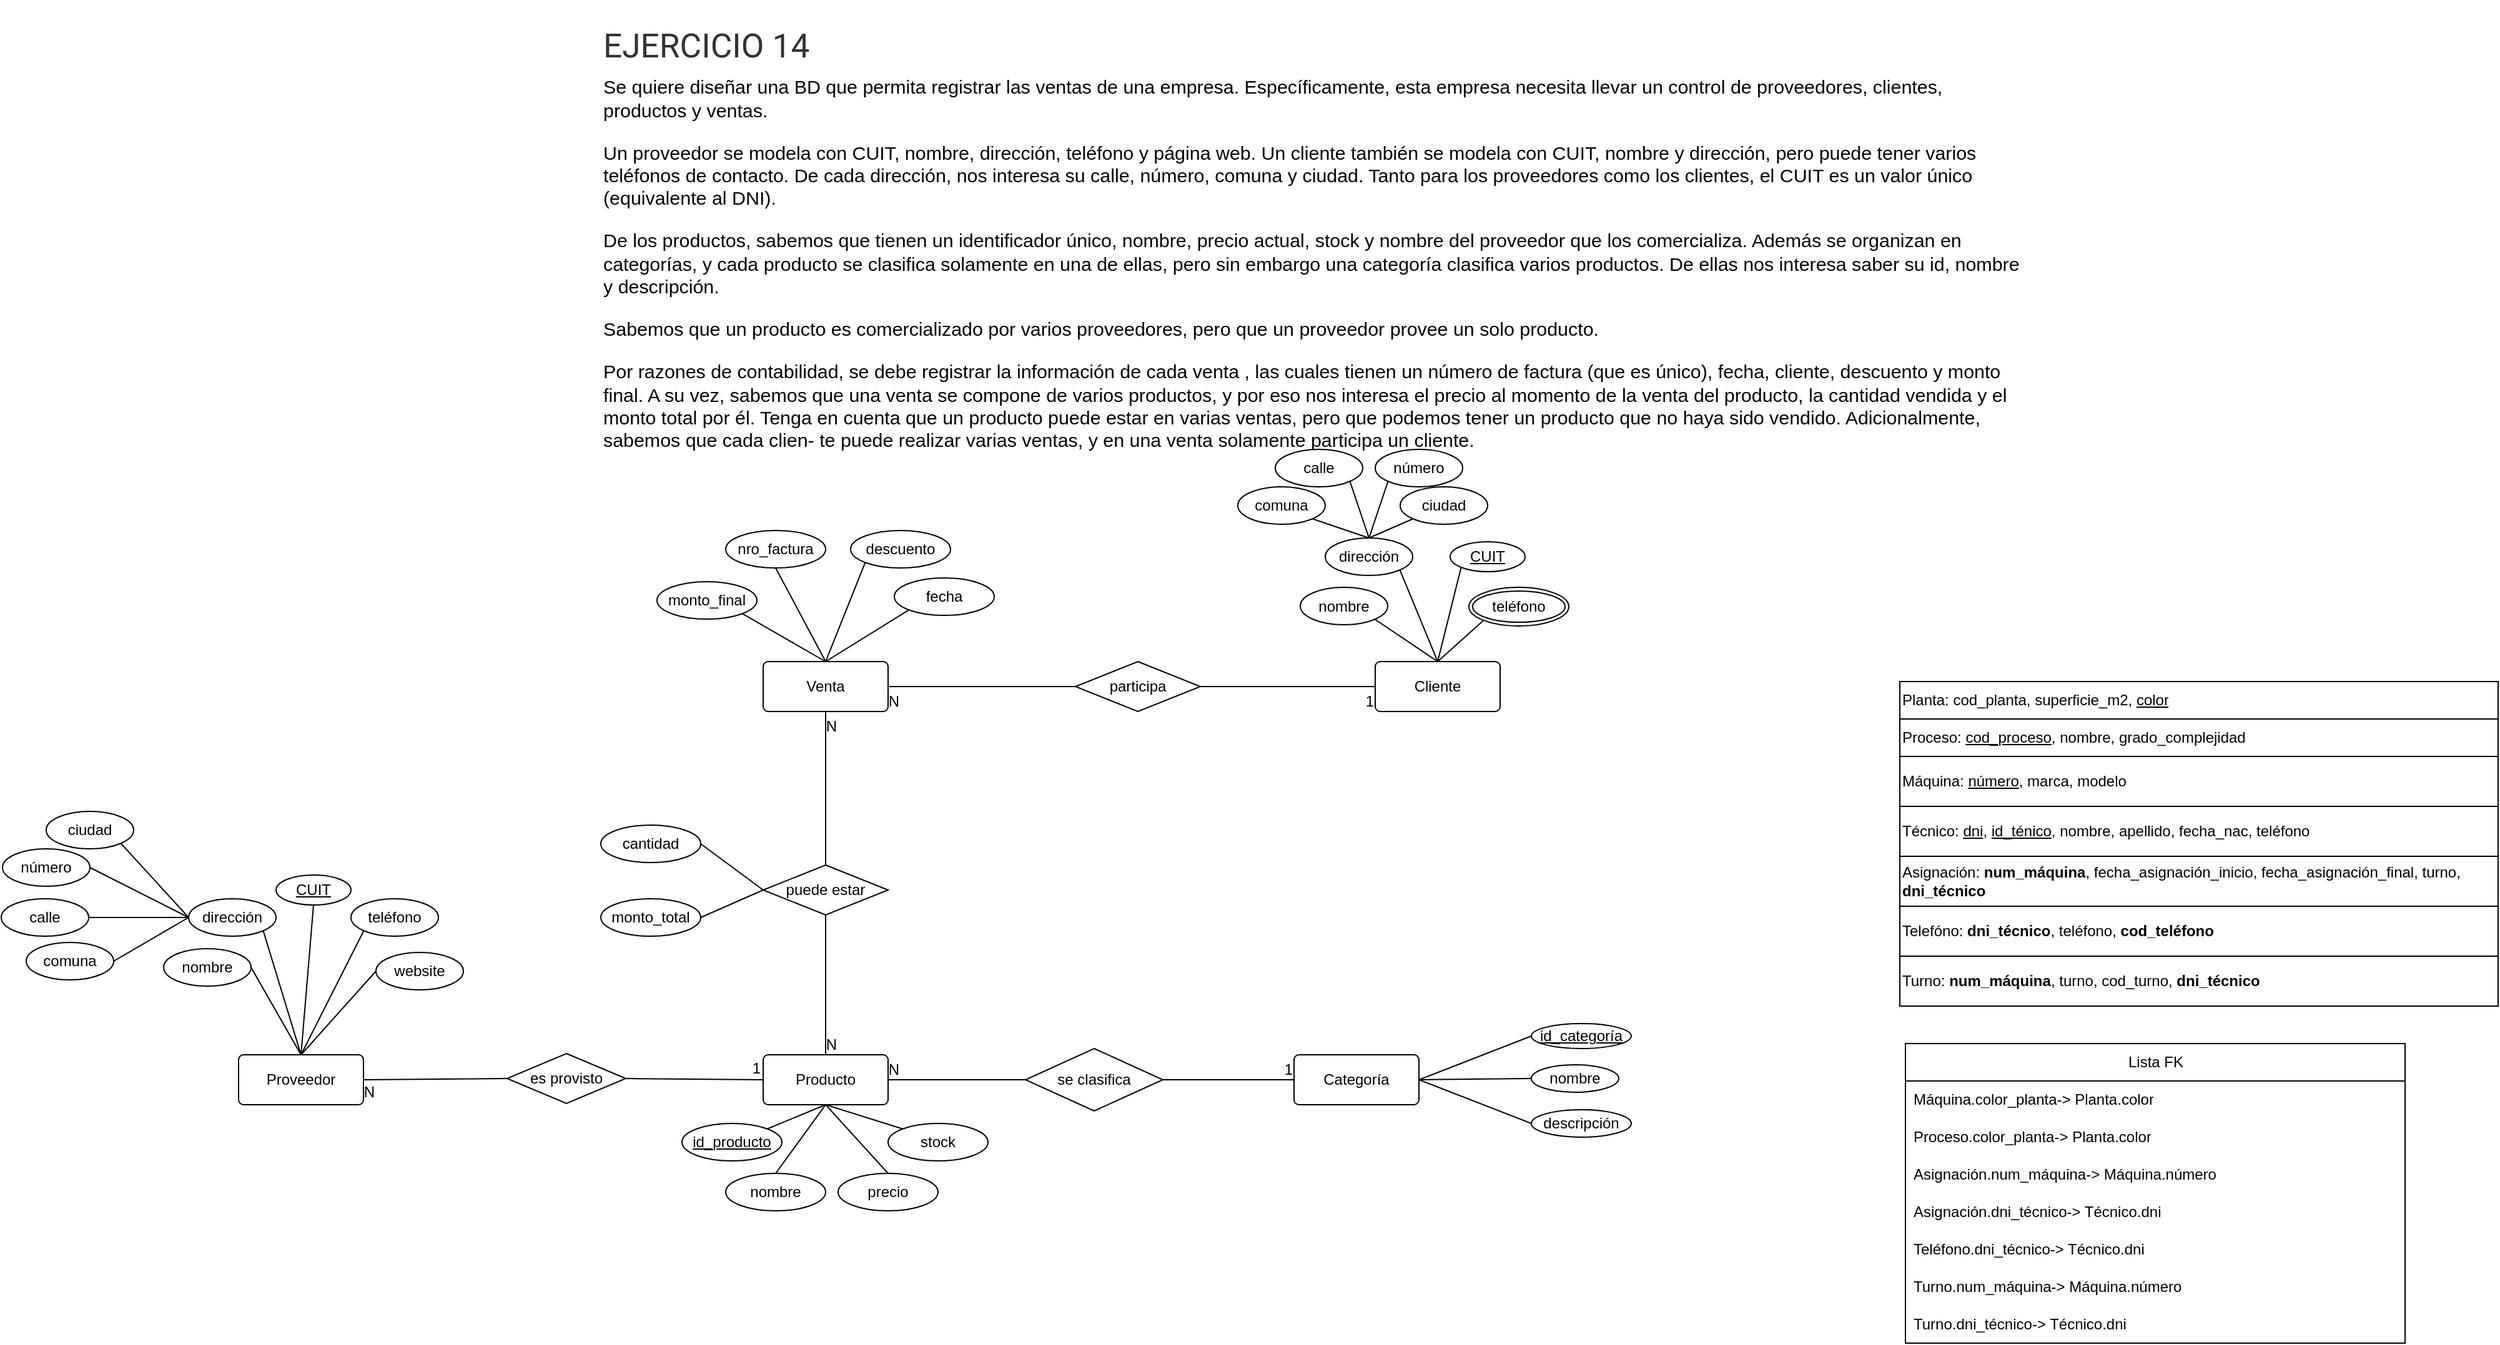
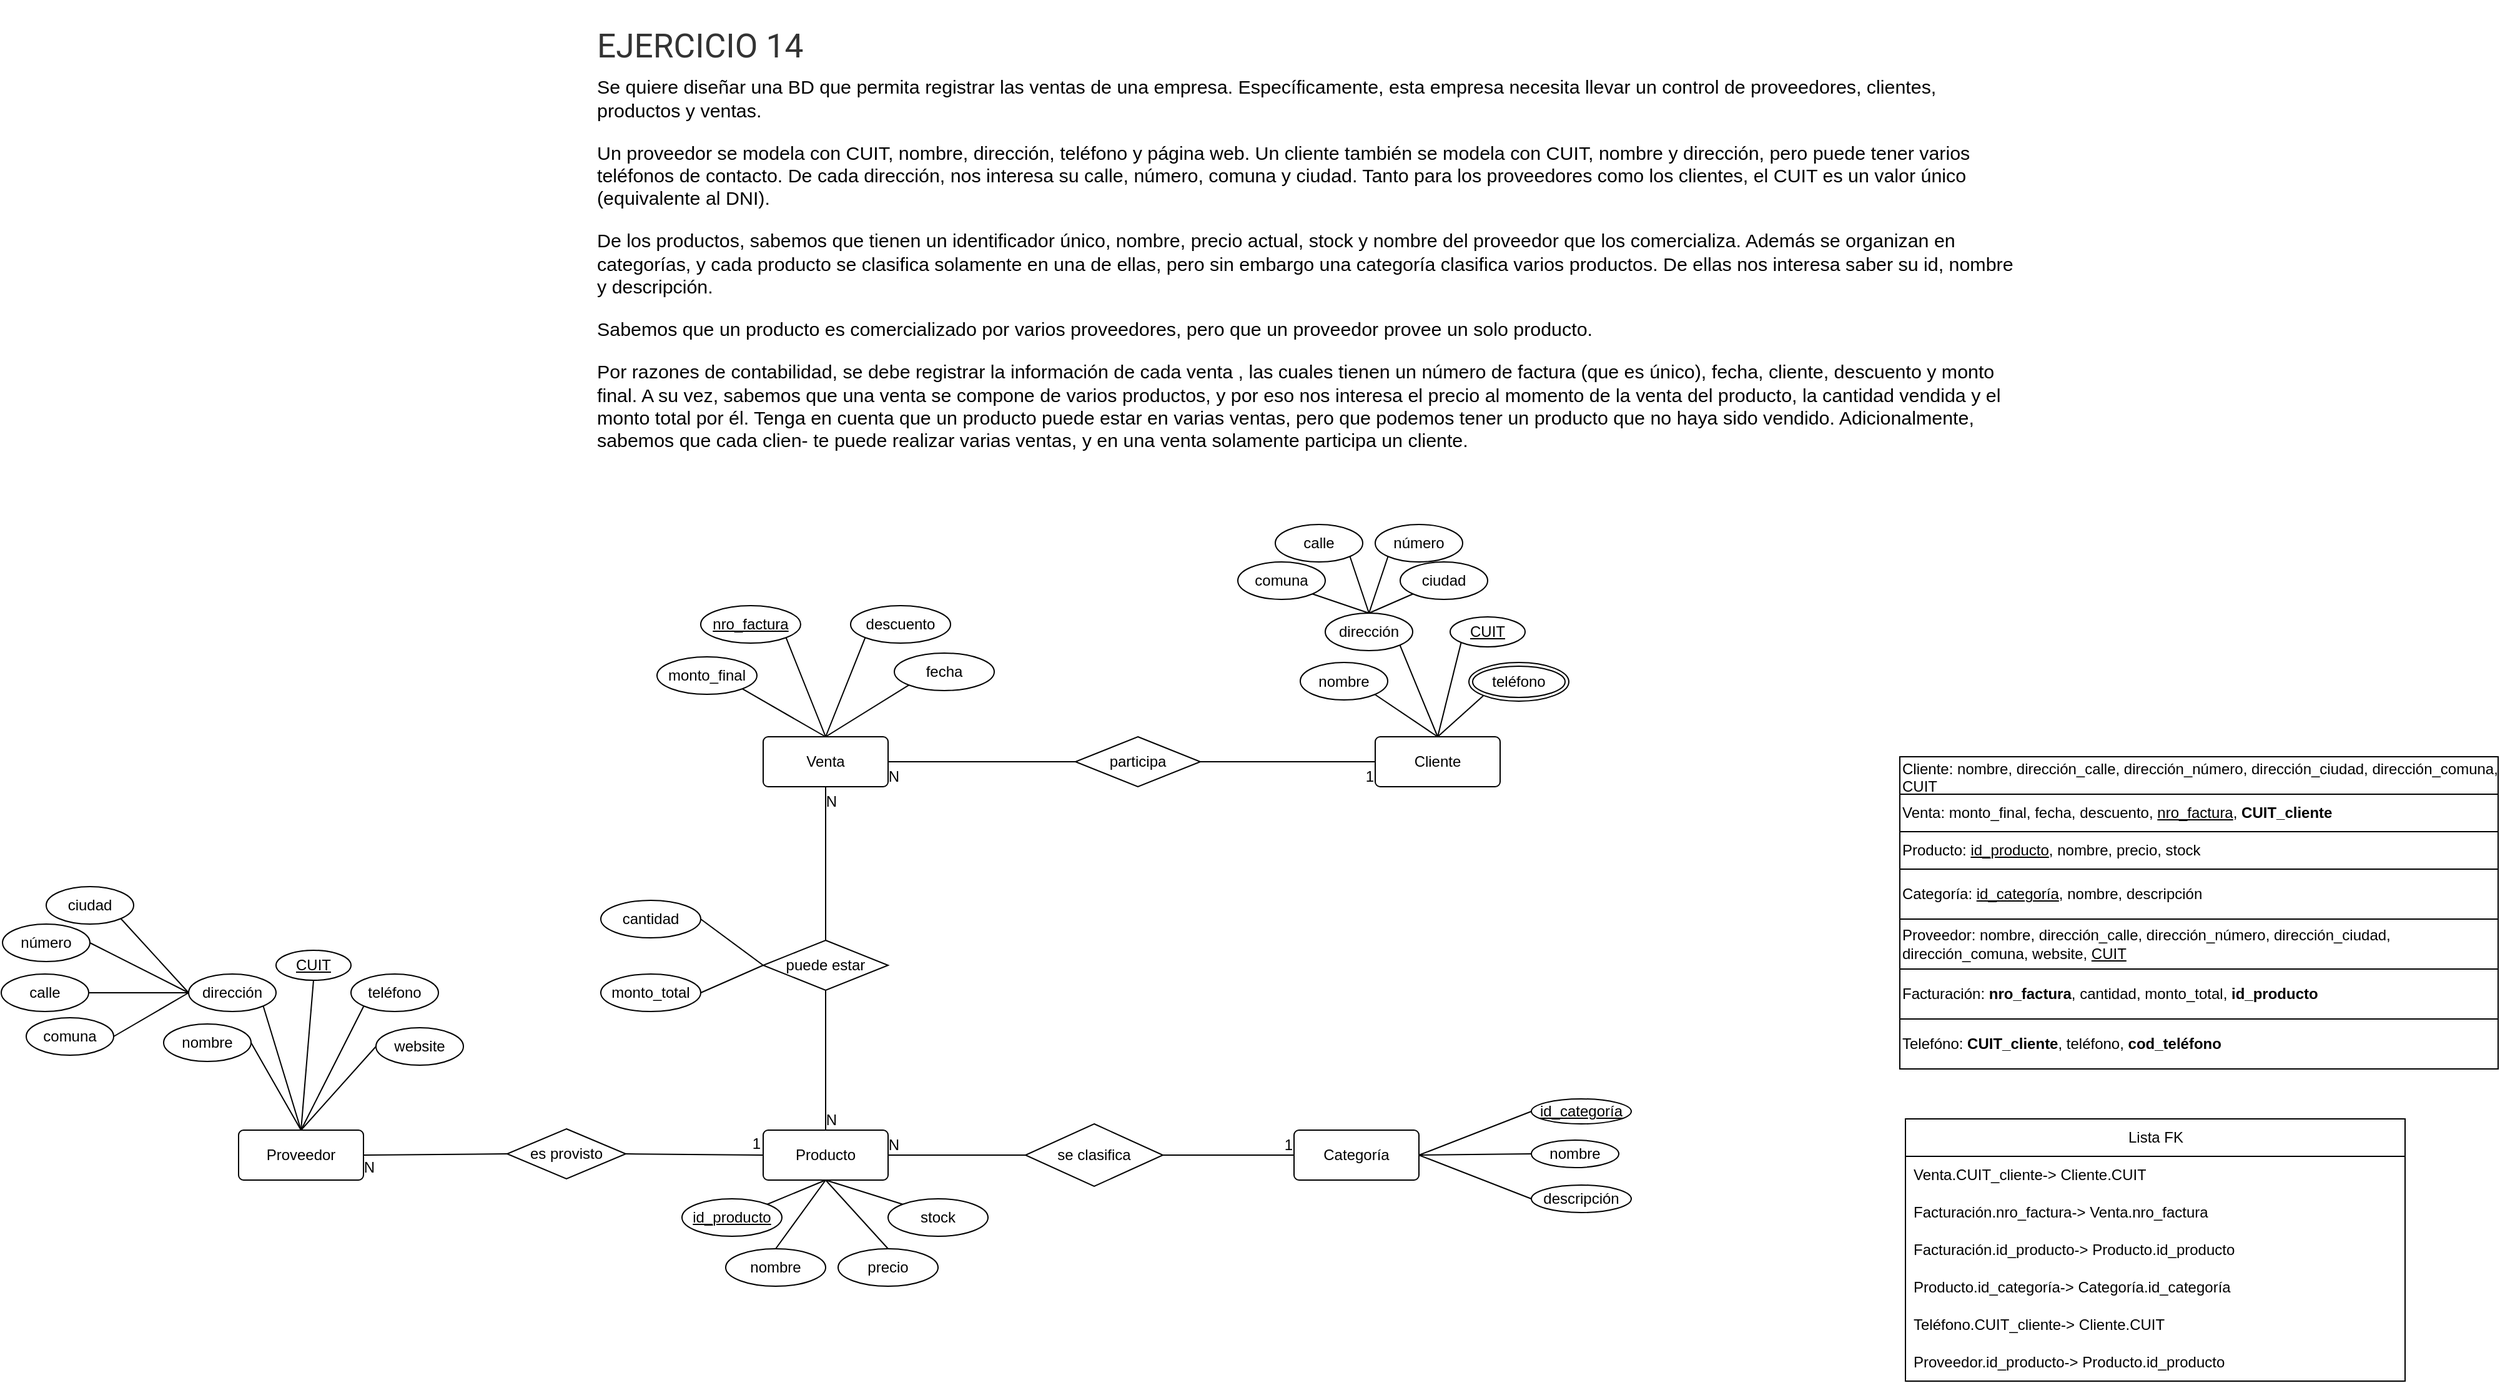
<mxfile host="app.diagrams.net">
  <diagram name="Página-1" id="dDNBranZba3NlD8anCg2">
-     <mxGraphModel dx="2621" dy="1729" grid="1" gridSize="10" guides="1" tooltips="1" connect="1" arrows="1" fold="1" page="1" pageScale="1" pageWidth="1169" pageHeight="827" math="0" shadow="0">
+     <mxGraphModel dx="2621" dy="1785" grid="1" gridSize="10" guides="1" tooltips="1" connect="1" arrows="1" fold="1" page="1" pageScale="1" pageWidth="1169" pageHeight="827" math="0" shadow="0">
      <root>
        <mxCell id="0" />
        <mxCell id="1" parent="0" />
        <mxCell id="__fQeJzKLpHXALts6HS9-1" parent="1" style="text;html=1;whiteSpace=wrap;overflow=hidden;rounded=0;" value="&#xa;&lt;h3 style=&quot;box-sizing: border-box; margin: 0px 0px 0.5rem; padding: 0px; font-weight: 400; line-height: 1.2; color: rgb(51, 51, 51); font-size: 1.6625rem; font-family: Roboto; font-style: normal; font-variant-ligatures: normal; font-variant-caps: normal; letter-spacing: normal; orphans: 2; text-align: start; text-indent: 0px; text-transform: none; widows: 2; word-spacing: 0px; -webkit-text-stroke-width: 0px; white-space: normal; background-color: rgb(255, 255, 255); text-decoration-thickness: initial; text-decoration-style: initial; text-decoration-color: initial;&quot;&gt;EJERCICIO 14&lt;/h3&gt;&lt;p style=&quot;box-sizing: border-box; margin: 0px 0px 1rem; padding: 0px; color: rgb(0, 0, 0); font-family: Barlow, Arial, sans-serif; font-size: 15.2px; font-style: normal; font-variant-ligatures: normal; font-variant-caps: normal; font-weight: 400; letter-spacing: normal; orphans: 2; text-align: start; text-indent: 0px; text-transform: none; widows: 2; word-spacing: 0px; -webkit-text-stroke-width: 0px; white-space: normal; background-color: rgb(255, 255, 255); text-decoration-thickness: initial; text-decoration-style: initial; text-decoration-color: initial;&quot;&gt;&lt;span lang=&quot;ES&quot; style=&quot;box-sizing: border-box; margin: 0px; padding: 0px;&quot;&gt;Se quiere diseñar una BD que permita registrar las ventas de una empresa. Específicamente, esta empresa necesita llevar un control de proveedores, clientes, productos y ventas.&lt;/span&gt;&lt;/p&gt;&lt;p style=&quot;box-sizing: border-box; margin: 0px 0px 1rem; padding: 0px; color: rgb(0, 0, 0); font-family: Barlow, Arial, sans-serif; font-size: 15.2px; font-style: normal; font-variant-ligatures: normal; font-variant-caps: normal; font-weight: 400; letter-spacing: normal; orphans: 2; text-align: start; text-indent: 0px; text-transform: none; widows: 2; word-spacing: 0px; -webkit-text-stroke-width: 0px; white-space: normal; background-color: rgb(255, 255, 255); text-decoration-thickness: initial; text-decoration-style: initial; text-decoration-color: initial;&quot;&gt;&lt;span lang=&quot;ES&quot; style=&quot;box-sizing: border-box; margin: 0px; padding: 0px;&quot;&gt;Un proveedor se modela con CUIT, nombre, dirección, teléfono y página web. Un cliente también se modela con CUIT, nombre y dirección, pero puede tener varios teléfonos de contacto. De cada dirección, nos interesa su calle, número, comuna y ciudad. Tanto para los proveedores como los clientes, el CUIT es un valor único (equivalente al DNI).&lt;/span&gt;&lt;/p&gt;&lt;p style=&quot;box-sizing: border-box; margin: 0px 0px 1rem; padding: 0px; color: rgb(0, 0, 0); font-family: Barlow, Arial, sans-serif; font-size: 15.2px; font-style: normal; font-variant-ligatures: normal; font-variant-caps: normal; font-weight: 400; letter-spacing: normal; orphans: 2; text-align: start; text-indent: 0px; text-transform: none; widows: 2; word-spacing: 0px; -webkit-text-stroke-width: 0px; white-space: normal; background-color: rgb(255, 255, 255); text-decoration-thickness: initial; text-decoration-style: initial; text-decoration-color: initial;&quot;&gt;&lt;span lang=&quot;ES&quot; style=&quot;box-sizing: border-box; margin: 0px; padding: 0px;&quot;&gt;De los productos, sabemos que tienen un identificador único, nombre, precio actual, stock y nombre del proveedor que los comercializa. Además se organizan en categorías, y cada producto se clasifica solamente en una de ellas, pero sin embargo una categoría clasifica varios productos. De ellas nos interesa saber su id, nombre y descripción.&lt;/span&gt;&lt;/p&gt;&lt;p style=&quot;box-sizing: border-box; margin: 0px 0px 1rem; padding: 0px; color: rgb(0, 0, 0); font-family: Barlow, Arial, sans-serif; font-size: 15.2px; font-style: normal; font-variant-ligatures: normal; font-variant-caps: normal; font-weight: 400; letter-spacing: normal; orphans: 2; text-align: start; text-indent: 0px; text-transform: none; widows: 2; word-spacing: 0px; -webkit-text-stroke-width: 0px; white-space: normal; background-color: rgb(255, 255, 255); text-decoration-thickness: initial; text-decoration-style: initial; text-decoration-color: initial;&quot;&gt;&lt;span lang=&quot;ES&quot; style=&quot;box-sizing: border-box; margin: 0px; padding: 0px;&quot;&gt;Sabemos que un producto es comercializado por varios proveedores, pero que un proveedor provee un solo producto.&lt;/span&gt;&lt;/p&gt;&lt;p style=&quot;box-sizing: border-box; margin: 0px 0px 1rem; padding: 0px; color: rgb(0, 0, 0); font-family: Barlow, Arial, sans-serif; font-size: 15.2px; font-style: normal; font-variant-ligatures: normal; font-variant-caps: normal; font-weight: 400; letter-spacing: normal; orphans: 2; text-align: start; text-indent: 0px; text-transform: none; widows: 2; word-spacing: 0px; -webkit-text-stroke-width: 0px; white-space: normal; background-color: rgb(255, 255, 255); text-decoration-thickness: initial; text-decoration-style: initial; text-decoration-color: initial;&quot;&gt;&lt;span lang=&quot;ES&quot; style=&quot;box-sizing: border-box; margin: 0px; padding: 0px;&quot;&gt;Por razones de contabilidad, se debe registrar la información de cada venta , las cuales tienen un número de factura (que es único), fecha, cliente, descuento y monto final. A su vez, sabemos que una venta se compone de varios productos, y por eso nos interesa el precio al momento de la venta del producto, la cantidad vendida y el monto total por él. Tenga en cuenta que un producto puede estar en varias ventas, pero que podemos tener un producto que no haya sido vendido. Adicionalmente, sabemos que cada clien- te puede realizar varias ventas, y en una venta solamente participa un cliente.&lt;/span&gt;&lt;/p&gt;&#xa;&#xa;" vertex="1">
-           <mxGeometry height="380" width="1140" x="-550" y="-560" as="geometry" />
+           <mxGeometry height="380" width="1140" x="-555" y="-620" as="geometry" />
        </mxCell>
        <mxCell id="__fQeJzKLpHXALts6HS9-2" parent="1" style="rounded=1;arcSize=10;whiteSpace=wrap;html=1;align=center;" value="Proveedor" vertex="1">
          <mxGeometry height="40" width="100" x="-840" y="285" as="geometry" />
        </mxCell>
        <mxCell id="__fQeJzKLpHXALts6HS9-4" parent="1" style="ellipse;whiteSpace=wrap;html=1;align=center;" value="nombre" vertex="1">
          <mxGeometry height="30" width="70" x="-900" y="200" as="geometry" />
        </mxCell>
        <mxCell id="__fQeJzKLpHXALts6HS9-7" parent="1" style="rounded=1;arcSize=10;whiteSpace=wrap;html=1;align=center;" value="Cliente" vertex="1">
          <mxGeometry height="40" width="100" x="70" y="-30" as="geometry" />
        </mxCell>
        <mxCell id="__fQeJzKLpHXALts6HS9-11" parent="1" style="rounded=1;arcSize=10;whiteSpace=wrap;html=1;align=center;" value="Producto" vertex="1">
          <mxGeometry height="40" width="100" x="-420" y="285" as="geometry" />
        </mxCell>
        <mxCell id="__fQeJzKLpHXALts6HS9-12" parent="1" style="ellipse;whiteSpace=wrap;html=1;align=center;" value="nombre" vertex="1">
          <mxGeometry height="30" width="80" x="-450" y="380" as="geometry" />
        </mxCell>
        <mxCell id="__fQeJzKLpHXALts6HS9-13" parent="1" style="ellipse;whiteSpace=wrap;html=1;align=center;" value="precio" vertex="1">
          <mxGeometry height="30" width="80" x="-360" y="380" as="geometry" />
        </mxCell>
        <mxCell id="__fQeJzKLpHXALts6HS9-15" parent="1" style="ellipse;whiteSpace=wrap;html=1;align=center;fontStyle=4;" value="id_producto" vertex="1">
          <mxGeometry height="30" width="80" x="-485" y="340" as="geometry" />
        </mxCell>
        <mxCell id="__fQeJzKLpHXALts6HS9-16" parent="1" style="rounded=1;arcSize=10;whiteSpace=wrap;html=1;align=center;" value="Categoría" vertex="1">
          <mxGeometry height="40" width="100" x="5" y="285" as="geometry" />
        </mxCell>
        <mxCell id="__fQeJzKLpHXALts6HS9-17" parent="1" style="shape=rhombus;perimeter=rhombusPerimeter;whiteSpace=wrap;html=1;align=center;" value="se clasifica" vertex="1">
          <mxGeometry height="50" width="110" x="-210" y="280" as="geometry" />
        </mxCell>
        <mxCell id="__fQeJzKLpHXALts6HS9-23" parent="1" style="ellipse;whiteSpace=wrap;html=1;align=center;" value="nombre" vertex="1">
          <mxGeometry height="22" width="70" x="195" y="293" as="geometry" />
        </mxCell>
        <mxCell id="__fQeJzKLpHXALts6HS9-27" parent="1" style="ellipse;whiteSpace=wrap;html=1;align=center;fontStyle=4;" value="id_categoría" vertex="1">
          <mxGeometry height="20" width="80" x="195" y="260" as="geometry" />
        </mxCell>
        <mxCell id="__fQeJzKLpHXALts6HS9-28" parent="1" style="shape=rhombus;perimeter=rhombusPerimeter;whiteSpace=wrap;html=1;align=center;" value="puede estar" vertex="1">
          <mxGeometry height="40" width="100" x="-420" y="133" as="geometry" />
        </mxCell>
        <mxCell id="__fQeJzKLpHXALts6HS9-29" parent="1" style="shape=rhombus;perimeter=rhombusPerimeter;whiteSpace=wrap;html=1;align=center;" value="es provisto" vertex="1">
          <mxGeometry height="40" width="95" x="-625" y="284" as="geometry" />
        </mxCell>
        <mxCell id="__fQeJzKLpHXALts6HS9-30" edge="1" parent="1" source="__fQeJzKLpHXALts6HS9-17" style="endArrow=none;html=1;rounded=0;exitX=1;exitY=0.5;exitDx=0;exitDy=0;entryX=0;entryY=0.5;entryDx=0;entryDy=0;" target="__fQeJzKLpHXALts6HS9-16" value="">
          <mxGeometry relative="1" as="geometry">
            <mxPoint x="20" y="40" as="sourcePoint" />
            <mxPoint x="180" y="40" as="targetPoint" />
          </mxGeometry>
        </mxCell>
        <mxCell id="__fQeJzKLpHXALts6HS9-31" connectable="0" parent="__fQeJzKLpHXALts6HS9-30" style="resizable=0;html=1;whiteSpace=wrap;align=right;verticalAlign=bottom;" value="1" vertex="1">
          <mxGeometry relative="1" x="1" as="geometry" />
        </mxCell>
        <mxCell id="__fQeJzKLpHXALts6HS9-34" edge="1" parent="1" source="__fQeJzKLpHXALts6HS9-17" style="endArrow=none;html=1;rounded=0;entryX=1;entryY=0.5;entryDx=0;entryDy=0;exitX=0;exitY=0.5;exitDx=0;exitDy=0;" target="__fQeJzKLpHXALts6HS9-11" value="">
          <mxGeometry relative="1" as="geometry">
            <mxPoint x="20" y="370" as="sourcePoint" />
            <mxPoint x="180" y="370" as="targetPoint" />
          </mxGeometry>
        </mxCell>
        <mxCell id="__fQeJzKLpHXALts6HS9-35" connectable="0" parent="__fQeJzKLpHXALts6HS9-34" style="resizable=0;html=1;whiteSpace=wrap;align=right;verticalAlign=bottom;" value="N" vertex="1">
          <mxGeometry relative="1" x="1" as="geometry">
            <mxPoint x="10" as="offset" />
          </mxGeometry>
        </mxCell>
        <mxCell id="__fQeJzKLpHXALts6HS9-36" edge="1" parent="1" source="__fQeJzKLpHXALts6HS9-11" style="endArrow=none;html=1;rounded=0;exitX=0.5;exitY=1;exitDx=0;exitDy=0;entryX=0.5;entryY=0;entryDx=0;entryDy=0;" target="__fQeJzKLpHXALts6HS9-13" value="">
          <mxGeometry relative="1" as="geometry">
            <mxPoint x="-250" y="530" as="sourcePoint" />
            <mxPoint x="-190" y="570" as="targetPoint" />
          </mxGeometry>
        </mxCell>
        <mxCell id="__fQeJzKLpHXALts6HS9-37" edge="1" parent="1" source="__fQeJzKLpHXALts6HS9-11" style="endArrow=none;html=1;rounded=0;exitX=0.5;exitY=1;exitDx=0;exitDy=0;entryX=1;entryY=0;entryDx=0;entryDy=0;" target="__fQeJzKLpHXALts6HS9-15" value="">
          <mxGeometry relative="1" as="geometry">
            <mxPoint x="-380" y="370" as="sourcePoint" />
            <mxPoint x="-320" y="410" as="targetPoint" />
          </mxGeometry>
        </mxCell>
        <mxCell id="__fQeJzKLpHXALts6HS9-38" edge="1" parent="1" source="__fQeJzKLpHXALts6HS9-11" style="endArrow=none;html=1;rounded=0;exitX=0.5;exitY=1;exitDx=0;exitDy=0;entryX=0.5;entryY=0;entryDx=0;entryDy=0;" target="__fQeJzKLpHXALts6HS9-12" value="">
          <mxGeometry relative="1" as="geometry">
            <mxPoint x="-350" y="380" as="sourcePoint" />
            <mxPoint x="-290" y="420" as="targetPoint" />
          </mxGeometry>
        </mxCell>
        <mxCell id="__fQeJzKLpHXALts6HS9-39" edge="1" parent="1" source="__fQeJzKLpHXALts6HS9-28" style="endArrow=none;html=1;rounded=0;exitX=0.5;exitY=1;exitDx=0;exitDy=0;entryX=0.5;entryY=0;entryDx=0;entryDy=0;" target="__fQeJzKLpHXALts6HS9-11" value="">
          <mxGeometry relative="1" as="geometry">
            <mxPoint x="-210" y="90" as="sourcePoint" />
            <mxPoint x="-590" y="240" as="targetPoint" />
          </mxGeometry>
        </mxCell>
        <mxCell id="__fQeJzKLpHXALts6HS9-40" connectable="0" parent="__fQeJzKLpHXALts6HS9-39" style="resizable=0;html=1;whiteSpace=wrap;align=right;verticalAlign=bottom;" value="N" vertex="1">
          <mxGeometry relative="1" x="1" as="geometry">
            <mxPoint x="10" as="offset" />
          </mxGeometry>
        </mxCell>
        <mxCell id="__fQeJzKLpHXALts6HS9-41" edge="1" parent="1" source="__fQeJzKLpHXALts6HS9-28" style="endArrow=none;html=1;rounded=0;exitX=0.5;exitY=0;exitDx=0;exitDy=0;entryX=0.5;entryY=1;entryDx=0;entryDy=0;" target="aBGAuLwUvEidJyp7IOy3-49" value="">
          <mxGeometry relative="1" as="geometry">
            <mxPoint x="-370" y="119.99999999999977" as="sourcePoint" />
            <mxPoint x="-370" y="35.00000000000023" as="targetPoint" />
          </mxGeometry>
        </mxCell>
        <mxCell id="__fQeJzKLpHXALts6HS9-42" connectable="0" parent="__fQeJzKLpHXALts6HS9-41" style="resizable=0;html=1;whiteSpace=wrap;align=right;verticalAlign=bottom;" value="N" vertex="1">
          <mxGeometry relative="1" x="1" as="geometry">
            <mxPoint x="10" y="20" as="offset" />
          </mxGeometry>
        </mxCell>
        <mxCell id="__fQeJzKLpHXALts6HS9-46" edge="1" parent="1" source="__fQeJzKLpHXALts6HS9-4" style="endArrow=none;html=1;rounded=0;exitX=1;exitY=0.5;exitDx=0;exitDy=0;entryX=0.5;entryY=0;entryDx=0;entryDy=0;" target="__fQeJzKLpHXALts6HS9-2" value="">
          <mxGeometry relative="1" as="geometry">
            <mxPoint x="-480" y="90" as="sourcePoint" />
            <mxPoint x="-420" y="130" as="targetPoint" />
          </mxGeometry>
        </mxCell>
        <mxCell id="__fQeJzKLpHXALts6HS9-47" edge="1" parent="1" source="aBGAuLwUvEidJyp7IOy3-1" style="endArrow=none;html=1;rounded=0;exitX=1;exitY=1;exitDx=0;exitDy=0;entryX=0.5;entryY=0;entryDx=0;entryDy=0;" target="__fQeJzKLpHXALts6HS9-2" value="">
          <mxGeometry relative="1" as="geometry">
            <mxPoint x="-370.0000000000002" y="10.000000000000227" as="sourcePoint" />
            <mxPoint x="-310" y="100" as="targetPoint" />
          </mxGeometry>
        </mxCell>
        <mxCell id="__fQeJzKLpHXALts6HS9-48" edge="1" parent="1" source="ueE01yVk29oMdbMIV5Yc-25" style="endArrow=none;html=1;rounded=0;entryX=0.5;entryY=0;entryDx=0;entryDy=0;exitX=0.5;exitY=1;exitDx=0;exitDy=0;" target="__fQeJzKLpHXALts6HS9-2" value="">
          <mxGeometry relative="1" as="geometry">
            <mxPoint x="-330" y="16" as="sourcePoint" />
            <mxPoint x="-300" y="120" as="targetPoint" />
          </mxGeometry>
        </mxCell>
        <mxCell id="__fQeJzKLpHXALts6HS9-55" edge="1" parent="1" source="__fQeJzKLpHXALts6HS9-16" style="endArrow=none;html=1;rounded=0;exitX=1;exitY=0.5;exitDx=0;exitDy=0;entryX=0;entryY=0.5;entryDx=0;entryDy=0;" target="__fQeJzKLpHXALts6HS9-23" value="">
          <mxGeometry relative="1" as="geometry">
            <mxPoint x="270" y="330" as="sourcePoint" />
            <mxPoint x="330" y="370" as="targetPoint" />
          </mxGeometry>
        </mxCell>
        <mxCell id="__fQeJzKLpHXALts6HS9-56" edge="1" parent="1" source="__fQeJzKLpHXALts6HS9-16" style="endArrow=none;html=1;rounded=0;exitX=1;exitY=0.5;exitDx=0;exitDy=0;entryX=0;entryY=0.5;entryDx=0;entryDy=0;" target="__fQeJzKLpHXALts6HS9-27" value="">
          <mxGeometry relative="1" as="geometry">
            <mxPoint x="280" y="340" as="sourcePoint" />
            <mxPoint x="340" y="380" as="targetPoint" />
          </mxGeometry>
        </mxCell>
        <mxCell id="__fQeJzKLpHXALts6HS9-57" edge="1" parent="1" source="__fQeJzKLpHXALts6HS9-16" style="endArrow=none;html=1;rounded=0;exitX=1;exitY=0.5;exitDx=0;exitDy=0;entryX=0;entryY=0.5;entryDx=0;entryDy=0;" target="aBGAuLwUvEidJyp7IOy3-38" value="">
          <mxGeometry relative="1" as="geometry">
            <mxPoint x="260" y="360" as="sourcePoint" />
            <mxPoint x="290" y="340" as="targetPoint" />
          </mxGeometry>
        </mxCell>
        <mxCell id="__fQeJzKLpHXALts6HS9-58" edge="1" parent="1" source="__fQeJzKLpHXALts6HS9-29" style="endArrow=none;html=1;rounded=0;exitX=1;exitY=0.5;exitDx=0;exitDy=0;entryX=0;entryY=0.5;entryDx=0;entryDy=0;" target="__fQeJzKLpHXALts6HS9-11" value="">
          <mxGeometry relative="1" as="geometry">
            <mxPoint x="20" y="120" as="sourcePoint" />
            <mxPoint x="180" y="120" as="targetPoint" />
          </mxGeometry>
        </mxCell>
        <mxCell id="__fQeJzKLpHXALts6HS9-59" connectable="0" parent="__fQeJzKLpHXALts6HS9-58" style="resizable=0;html=1;whiteSpace=wrap;align=right;verticalAlign=bottom;" value="1" vertex="1">
          <mxGeometry relative="1" x="1" as="geometry" />
        </mxCell>
        <mxCell id="__fQeJzKLpHXALts6HS9-60" edge="1" parent="1" source="__fQeJzKLpHXALts6HS9-29" style="endArrow=none;html=1;rounded=0;exitX=0;exitY=0.5;exitDx=0;exitDy=0;entryX=1;entryY=0.5;entryDx=0;entryDy=0;" target="__fQeJzKLpHXALts6HS9-2" value="">
          <mxGeometry relative="1" as="geometry">
            <mxPoint x="20" y="120" as="sourcePoint" />
            <mxPoint x="180" y="120" as="targetPoint" />
          </mxGeometry>
        </mxCell>
        <mxCell id="__fQeJzKLpHXALts6HS9-61" connectable="0" parent="__fQeJzKLpHXALts6HS9-60" style="resizable=0;html=1;whiteSpace=wrap;align=right;verticalAlign=bottom;" value="N" vertex="1">
          <mxGeometry relative="1" x="1" as="geometry">
            <mxPoint x="10" y="19" as="offset" />
          </mxGeometry>
        </mxCell>
        <mxCell id="ueE01yVk29oMdbMIV5Yc-1" parent="1" style="swimlane;fontStyle=0;childLayout=stackLayout;horizontal=1;startSize=30;horizontalStack=0;resizeParent=1;resizeParentMax=0;resizeLast=0;collapsible=1;marginBottom=0;whiteSpace=wrap;html=1;" value="Lista FK" vertex="1">
-           <mxGeometry height="240" width="400" x="494.5" y="276" as="geometry" />
-         </mxCell>
-         <mxCell id="ueE01yVk29oMdbMIV5Yc-2" parent="ueE01yVk29oMdbMIV5Yc-1" style="text;strokeColor=none;fillColor=none;align=left;verticalAlign=middle;spacingLeft=4;spacingRight=4;overflow=hidden;points=[[0,0.5],[1,0.5]];portConstraint=eastwest;rotatable=0;whiteSpace=wrap;html=1;" value="Máquina.color_planta-&amp;gt; Planta.color" vertex="1">
+           <mxGeometry height="210" width="400" x="494.5" y="276" as="geometry" />
+         </mxCell>
+         <mxCell id="ueE01yVk29oMdbMIV5Yc-2" parent="ueE01yVk29oMdbMIV5Yc-1" style="text;strokeColor=none;fillColor=none;align=left;verticalAlign=middle;spacingLeft=4;spacingRight=4;overflow=hidden;points=[[0,0.5],[1,0.5]];portConstraint=eastwest;rotatable=0;whiteSpace=wrap;html=1;" value="Venta.CUIT_cliente-&amp;gt; Cliente.CUIT" vertex="1">
          <mxGeometry height="30" width="400" y="30" as="geometry" />
        </mxCell>
-         <mxCell id="ueE01yVk29oMdbMIV5Yc-3" parent="ueE01yVk29oMdbMIV5Yc-1" style="text;strokeColor=none;fillColor=none;align=left;verticalAlign=middle;spacingLeft=4;spacingRight=4;overflow=hidden;points=[[0,0.5],[1,0.5]];portConstraint=eastwest;rotatable=0;whiteSpace=wrap;html=1;" value="Proceso.color_planta-&amp;gt; Planta.color" vertex="1">
+         <mxCell id="ueE01yVk29oMdbMIV5Yc-3" parent="ueE01yVk29oMdbMIV5Yc-1" style="text;strokeColor=none;fillColor=none;align=left;verticalAlign=middle;spacingLeft=4;spacingRight=4;overflow=hidden;points=[[0,0.5],[1,0.5]];portConstraint=eastwest;rotatable=0;whiteSpace=wrap;html=1;" value="Facturación.nro_factura-&amp;gt; Venta.nro_factura" vertex="1">
          <mxGeometry height="30" width="400" y="60" as="geometry" />
        </mxCell>
-         <mxCell id="ueE01yVk29oMdbMIV5Yc-4" parent="ueE01yVk29oMdbMIV5Yc-1" style="text;strokeColor=none;fillColor=none;align=left;verticalAlign=middle;spacingLeft=4;spacingRight=4;overflow=hidden;points=[[0,0.5],[1,0.5]];portConstraint=eastwest;rotatable=0;whiteSpace=wrap;html=1;" value="Asignación.num_máquina-&amp;gt; Máquina.número" vertex="1">
+         <mxCell id="ueE01yVk29oMdbMIV5Yc-4" parent="ueE01yVk29oMdbMIV5Yc-1" style="text;strokeColor=none;fillColor=none;align=left;verticalAlign=middle;spacingLeft=4;spacingRight=4;overflow=hidden;points=[[0,0.5],[1,0.5]];portConstraint=eastwest;rotatable=0;whiteSpace=wrap;html=1;" value="Facturación.id_producto-&amp;gt; Producto.id_producto" vertex="1">
          <mxGeometry height="30" width="400" y="90" as="geometry" />
        </mxCell>
-         <mxCell id="ueE01yVk29oMdbMIV5Yc-5" parent="ueE01yVk29oMdbMIV5Yc-1" style="text;strokeColor=none;fillColor=none;align=left;verticalAlign=middle;spacingLeft=4;spacingRight=4;overflow=hidden;points=[[0,0.5],[1,0.5]];portConstraint=eastwest;rotatable=0;whiteSpace=wrap;html=1;" value="Asignación.dni_técnico-&amp;gt; Técnico.dni" vertex="1">
+         <mxCell id="ueE01yVk29oMdbMIV5Yc-5" parent="ueE01yVk29oMdbMIV5Yc-1" style="text;strokeColor=none;fillColor=none;align=left;verticalAlign=middle;spacingLeft=4;spacingRight=4;overflow=hidden;points=[[0,0.5],[1,0.5]];portConstraint=eastwest;rotatable=0;whiteSpace=wrap;html=1;" value="Producto.id_categoría-&amp;gt; Categoría.id_categoría" vertex="1">
          <mxGeometry height="30" width="400" y="120" as="geometry" />
        </mxCell>
-         <mxCell id="ueE01yVk29oMdbMIV5Yc-6" parent="ueE01yVk29oMdbMIV5Yc-1" style="text;strokeColor=none;fillColor=none;align=left;verticalAlign=middle;spacingLeft=4;spacingRight=4;overflow=hidden;points=[[0,0.5],[1,0.5]];portConstraint=eastwest;rotatable=0;whiteSpace=wrap;html=1;" value="Teléfono.dni_técnico-&amp;gt; Técnico.dni" vertex="1">
+         <mxCell id="ueE01yVk29oMdbMIV5Yc-6" parent="ueE01yVk29oMdbMIV5Yc-1" style="text;strokeColor=none;fillColor=none;align=left;verticalAlign=middle;spacingLeft=4;spacingRight=4;overflow=hidden;points=[[0,0.5],[1,0.5]];portConstraint=eastwest;rotatable=0;whiteSpace=wrap;html=1;" value="Teléfono.CUIT_cliente-&amp;gt; Cliente.CUIT" vertex="1">
          <mxGeometry height="30" width="400" y="150" as="geometry" />
        </mxCell>
-         <mxCell id="ueE01yVk29oMdbMIV5Yc-31" parent="ueE01yVk29oMdbMIV5Yc-1" style="text;strokeColor=none;fillColor=none;align=left;verticalAlign=middle;spacingLeft=4;spacingRight=4;overflow=hidden;points=[[0,0.5],[1,0.5]];portConstraint=eastwest;rotatable=0;whiteSpace=wrap;html=1;" value="Turno.num_máquina-&amp;gt; Máquina.número" vertex="1">
+         <mxCell id="ueE01yVk29oMdbMIV5Yc-31" parent="ueE01yVk29oMdbMIV5Yc-1" style="text;strokeColor=none;fillColor=none;align=left;verticalAlign=middle;spacingLeft=4;spacingRight=4;overflow=hidden;points=[[0,0.5],[1,0.5]];portConstraint=eastwest;rotatable=0;whiteSpace=wrap;html=1;" value="Proveedor.id_producto-&amp;gt; Producto.id_producto" vertex="1">
          <mxGeometry height="30" width="400" y="180" as="geometry" />
        </mxCell>
-         <mxCell id="ueE01yVk29oMdbMIV5Yc-7" parent="ueE01yVk29oMdbMIV5Yc-1" style="text;strokeColor=none;fillColor=none;align=left;verticalAlign=middle;spacingLeft=4;spacingRight=4;overflow=hidden;points=[[0,0.5],[1,0.5]];portConstraint=eastwest;rotatable=0;whiteSpace=wrap;html=1;" value="Turno.dni_técnico-&amp;gt; Técnico.dni" vertex="1">
-           <mxGeometry height="30" width="400" y="210" as="geometry" />
-         </mxCell>
        <mxCell id="ueE01yVk29oMdbMIV5Yc-12" parent="1" style="shape=table;startSize=0;container=1;collapsible=0;childLayout=tableLayout;fixedHeader=1;" value="" vertex="1">
-           <mxGeometry height="259.9999999999998" width="479" x="490" y="-14" as="geometry" />
-         </mxCell>
-         <mxCell id="ueE01yVk29oMdbMIV5Yc-13" parent="ueE01yVk29oMdbMIV5Yc-12" style="shape=tableRow;horizontal=0;startSize=0;swimlaneHead=0;swimlaneBody=0;strokeColor=inherit;top=0;left=0;bottom=0;right=0;collapsible=0;dropTarget=0;fillColor=none;points=[[0,0.5],[1,0.5]];portConstraint=eastwest;fixedHeader=1;" value="" vertex="1">
+           <mxGeometry height="249.99999999999977" width="479" x="490" y="-14" as="geometry" />
+         </mxCell>
+         <mxCell id="3osZsQ2Fq6k2BvSbL6Ga-1" parent="ueE01yVk29oMdbMIV5Yc-12" style="shape=tableRow;horizontal=0;startSize=0;swimlaneHead=0;swimlaneBody=0;strokeColor=inherit;top=0;left=0;bottom=0;right=0;collapsible=0;dropTarget=0;fillColor=none;points=[[0,0.5],[1,0.5]];portConstraint=eastwest;fixedHeader=1;" value="" vertex="1">
          <mxGeometry height="30" width="479" as="geometry" />
        </mxCell>
-         <mxCell id="ueE01yVk29oMdbMIV5Yc-14" parent="ueE01yVk29oMdbMIV5Yc-13" style="shape=partialRectangle;html=1;whiteSpace=wrap;connectable=0;strokeColor=inherit;overflow=hidden;fillColor=none;top=0;left=0;bottom=0;right=0;pointerEvents=1;align=left;" value="&lt;div style=&quot;&quot;&gt;&lt;span style=&quot;background-color: transparent; color: light-dark(rgb(0, 0, 0), rgb(255, 255, 255));&quot;&gt;Planta: cod_planta,&amp;nbsp;&lt;/span&gt;&lt;span style=&quot;background-color: transparent; color: light-dark(rgb(0, 0, 0), rgb(255, 255, 255));&quot;&gt;superficie_m2&lt;/span&gt;&lt;span style=&quot;background-color: transparent; color: light-dark(rgb(0, 0, 0), rgb(255, 255, 255));&quot;&gt;, &lt;u&gt;color&lt;/u&gt;&lt;/span&gt;&lt;/div&gt;" vertex="1">
+         <mxCell id="3osZsQ2Fq6k2BvSbL6Ga-2" parent="3osZsQ2Fq6k2BvSbL6Ga-1" style="shape=partialRectangle;html=1;whiteSpace=wrap;connectable=0;strokeColor=inherit;overflow=hidden;fillColor=none;top=0;left=0;bottom=0;right=0;pointerEvents=1;align=left;" value="&lt;div style=&quot;&quot;&gt;&lt;span style=&quot;background-color: transparent; color: light-dark(rgb(0, 0, 0), rgb(255, 255, 255));&quot;&gt;Cliente: nombre,&amp;nbsp;&lt;/span&gt;&lt;span style=&quot;background-color: transparent; color: light-dark(rgb(0, 0, 0), rgb(255, 255, 255));&quot;&gt;dirección_calle, dirección_número, dirección_ciudad, dirección_comuna&lt;/span&gt;&lt;span style=&quot;background-color: transparent; color: light-dark(rgb(0, 0, 0), rgb(255, 255, 255));&quot;&gt;, &lt;u&gt;CUIT&lt;/u&gt;&lt;/span&gt;&lt;/div&gt;" vertex="1">
          <mxGeometry height="30" width="479" as="geometry">
            <mxRectangle height="30" width="479" as="alternateBounds" />
          </mxGeometry>
        </mxCell>
-         <mxCell id="ueE01yVk29oMdbMIV5Yc-15" parent="ueE01yVk29oMdbMIV5Yc-12" style="shape=tableRow;horizontal=0;startSize=0;swimlaneHead=0;swimlaneBody=0;strokeColor=inherit;top=0;left=0;bottom=0;right=0;collapsible=0;dropTarget=0;fillColor=none;points=[[0,0.5],[1,0.5]];portConstraint=eastwest;fixedHeader=1;" value="" vertex="1">
+         <mxCell id="ueE01yVk29oMdbMIV5Yc-13" parent="ueE01yVk29oMdbMIV5Yc-12" style="shape=tableRow;horizontal=0;startSize=0;swimlaneHead=0;swimlaneBody=0;strokeColor=inherit;top=0;left=0;bottom=0;right=0;collapsible=0;dropTarget=0;fillColor=none;points=[[0,0.5],[1,0.5]];portConstraint=eastwest;fixedHeader=1;" value="" vertex="1">
          <mxGeometry height="30" width="479" y="30" as="geometry" />
        </mxCell>
-         <mxCell id="ueE01yVk29oMdbMIV5Yc-16" parent="ueE01yVk29oMdbMIV5Yc-15" style="shape=partialRectangle;html=1;whiteSpace=wrap;connectable=0;strokeColor=inherit;overflow=hidden;fillColor=none;top=0;left=0;bottom=0;right=0;pointerEvents=1;align=left;" value="Proceso: &lt;u&gt;cod_proceso&lt;/u&gt;, nombre, grado_complejidad" vertex="1">
+         <mxCell id="ueE01yVk29oMdbMIV5Yc-14" parent="ueE01yVk29oMdbMIV5Yc-13" style="shape=partialRectangle;html=1;whiteSpace=wrap;connectable=0;strokeColor=inherit;overflow=hidden;fillColor=none;top=0;left=0;bottom=0;right=0;pointerEvents=1;align=left;" value="&lt;div style=&quot;&quot;&gt;&lt;span style=&quot;background-color: transparent; color: light-dark(rgb(0, 0, 0), rgb(255, 255, 255));&quot;&gt;Venta: monto_final,&amp;nbsp;&lt;/span&gt;&lt;span style=&quot;background-color: transparent; color: light-dark(rgb(0, 0, 0), rgb(255, 255, 255));&quot;&gt;fecha, descuento&lt;/span&gt;&lt;span style=&quot;background-color: transparent; color: light-dark(rgb(0, 0, 0), rgb(255, 255, 255));&quot;&gt;, &lt;u&gt;nro_factura&lt;/u&gt;, &lt;b&gt;CUIT_cliente&lt;/b&gt;&lt;/span&gt;&lt;/div&gt;" vertex="1">
          <mxGeometry height="30" width="479" as="geometry">
            <mxRectangle height="30" width="479" as="alternateBounds" />
          </mxGeometry>
        </mxCell>
+         <mxCell id="ueE01yVk29oMdbMIV5Yc-15" parent="ueE01yVk29oMdbMIV5Yc-12" style="shape=tableRow;horizontal=0;startSize=0;swimlaneHead=0;swimlaneBody=0;strokeColor=inherit;top=0;left=0;bottom=0;right=0;collapsible=0;dropTarget=0;fillColor=none;points=[[0,0.5],[1,0.5]];portConstraint=eastwest;fixedHeader=1;" value="" vertex="1">
+           <mxGeometry height="30" width="479" y="60" as="geometry" />
+         </mxCell>
+         <mxCell id="ueE01yVk29oMdbMIV5Yc-16" parent="ueE01yVk29oMdbMIV5Yc-15" style="shape=partialRectangle;html=1;whiteSpace=wrap;connectable=0;strokeColor=inherit;overflow=hidden;fillColor=none;top=0;left=0;bottom=0;right=0;pointerEvents=1;align=left;" value="Producto: &lt;u&gt;id_producto&lt;/u&gt;, nombre, precio, stock" vertex="1">
+           <mxGeometry height="30" width="479" as="geometry">
+             <mxRectangle height="30" width="479" as="alternateBounds" />
+           </mxGeometry>
+         </mxCell>
        <mxCell id="ueE01yVk29oMdbMIV5Yc-17" parent="ueE01yVk29oMdbMIV5Yc-12" style="shape=tableRow;horizontal=0;startSize=0;swimlaneHead=0;swimlaneBody=0;strokeColor=inherit;top=0;left=0;bottom=0;right=0;collapsible=0;dropTarget=0;fillColor=none;points=[[0,0.5],[1,0.5]];portConstraint=eastwest;fixedHeader=1;" value="" vertex="1">
-           <mxGeometry height="40" width="479" y="60" as="geometry" />
-         </mxCell>
-         <mxCell id="ueE01yVk29oMdbMIV5Yc-18" parent="ueE01yVk29oMdbMIV5Yc-17" style="shape=partialRectangle;html=1;whiteSpace=wrap;connectable=0;strokeColor=inherit;overflow=hidden;fillColor=none;top=0;left=0;bottom=0;right=0;pointerEvents=1;align=left;" value="Máquina: &lt;u&gt;número&lt;/u&gt;, marca, modelo" vertex="1">
+           <mxGeometry height="40" width="479" y="90" as="geometry" />
+         </mxCell>
+         <mxCell id="ueE01yVk29oMdbMIV5Yc-18" parent="ueE01yVk29oMdbMIV5Yc-17" style="shape=partialRectangle;html=1;whiteSpace=wrap;connectable=0;strokeColor=inherit;overflow=hidden;fillColor=none;top=0;left=0;bottom=0;right=0;pointerEvents=1;align=left;" value="Categoría: &lt;u&gt;id_categoría&lt;/u&gt;, nombre, descripción" vertex="1">
          <mxGeometry height="40" width="479" as="geometry">
            <mxRectangle height="40" width="479" as="alternateBounds" />
          </mxGeometry>
        </mxCell>
        <mxCell id="ueE01yVk29oMdbMIV5Yc-19" parent="ueE01yVk29oMdbMIV5Yc-12" style="shape=tableRow;horizontal=0;startSize=0;swimlaneHead=0;swimlaneBody=0;strokeColor=inherit;top=0;left=0;bottom=0;right=0;collapsible=0;dropTarget=0;fillColor=none;points=[[0,0.5],[1,0.5]];portConstraint=eastwest;fixedHeader=1;" value="" vertex="1">
-           <mxGeometry height="40" width="479" y="100" as="geometry" />
-         </mxCell>
-         <mxCell id="ueE01yVk29oMdbMIV5Yc-20" parent="ueE01yVk29oMdbMIV5Yc-19" style="shape=partialRectangle;html=1;whiteSpace=wrap;connectable=0;strokeColor=inherit;overflow=hidden;fillColor=none;top=0;left=0;bottom=0;right=0;pointerEvents=1;align=left;" value="Técnico: &lt;u&gt;dni&lt;/u&gt;, &lt;u&gt;id_ténico&lt;/u&gt;, nombre, apellido, fecha_nac, teléfono" vertex="1">
+           <mxGeometry height="40" width="479" y="130" as="geometry" />
+         </mxCell>
+         <mxCell id="ueE01yVk29oMdbMIV5Yc-20" parent="ueE01yVk29oMdbMIV5Yc-19" style="shape=partialRectangle;html=1;whiteSpace=wrap;connectable=0;strokeColor=inherit;overflow=hidden;fillColor=none;top=0;left=0;bottom=0;right=0;pointerEvents=1;align=left;" value="&lt;span style=&quot;color: light-dark(rgb(0, 0, 0), rgb(255, 255, 255)); background-color: transparent;&quot;&gt;Proveedor: nombre, &lt;/span&gt;&lt;span style=&quot;color: light-dark(rgb(0, 0, 0), rgb(255, 255, 255)); background-color: transparent;&quot;&gt;dirección_calle, dirección_número, dirección_ciudad, dirección_comuna&lt;/span&gt;&lt;span style=&quot;color: light-dark(rgb(0, 0, 0), rgb(255, 255, 255)); background-color: transparent;&quot;&gt;,&amp;nbsp;website,&amp;nbsp;&lt;u&gt;CUIT&lt;/u&gt;&lt;/span&gt;" vertex="1">
          <mxGeometry height="40" width="479" as="geometry">
            <mxRectangle height="40" width="479" as="alternateBounds" />
          </mxGeometry>
        </mxCell>
        <mxCell id="ueE01yVk29oMdbMIV5Yc-23" parent="ueE01yVk29oMdbMIV5Yc-12" style="shape=tableRow;horizontal=0;startSize=0;swimlaneHead=0;swimlaneBody=0;strokeColor=inherit;top=0;left=0;bottom=0;right=0;collapsible=0;dropTarget=0;fillColor=none;points=[[0,0.5],[1,0.5]];portConstraint=eastwest;fixedHeader=1;" vertex="1">
-           <mxGeometry height="40" width="479" y="140" as="geometry" />
-         </mxCell>
-         <mxCell id="ueE01yVk29oMdbMIV5Yc-24" parent="ueE01yVk29oMdbMIV5Yc-23" style="shape=partialRectangle;html=1;whiteSpace=wrap;connectable=0;strokeColor=inherit;overflow=hidden;fillColor=none;top=0;left=0;bottom=0;right=0;pointerEvents=1;align=left;" value="Asignación: &lt;b&gt;num_máquina&lt;/b&gt;, fecha_asignación_inicio, fecha_asignación_final, turno, &lt;b&gt;dni_técnico&amp;nbsp;&lt;/b&gt;" vertex="1">
+           <mxGeometry height="40" width="479" y="170" as="geometry" />
+         </mxCell>
+         <mxCell id="ueE01yVk29oMdbMIV5Yc-24" parent="ueE01yVk29oMdbMIV5Yc-23" style="shape=partialRectangle;html=1;whiteSpace=wrap;connectable=0;strokeColor=inherit;overflow=hidden;fillColor=none;top=0;left=0;bottom=0;right=0;pointerEvents=1;align=left;" value="Facturación: &lt;b&gt;nro_factura&lt;/b&gt;, cantidad, monto_total, &lt;b&gt;id_producto&lt;/b&gt;" vertex="1">
          <mxGeometry height="40" width="479" as="geometry">
            <mxRectangle height="40" width="479" as="alternateBounds" />
          </mxGeometry>
        </mxCell>
        <mxCell id="ueE01yVk29oMdbMIV5Yc-26" parent="ueE01yVk29oMdbMIV5Yc-12" style="shape=tableRow;horizontal=0;startSize=0;swimlaneHead=0;swimlaneBody=0;strokeColor=inherit;top=0;left=0;bottom=0;right=0;collapsible=0;dropTarget=0;fillColor=none;points=[[0,0.5],[1,0.5]];portConstraint=eastwest;fixedHeader=1;" vertex="1">
-           <mxGeometry height="40" width="479" y="180" as="geometry" />
-         </mxCell>
-         <mxCell id="ueE01yVk29oMdbMIV5Yc-27" parent="ueE01yVk29oMdbMIV5Yc-26" style="shape=partialRectangle;html=1;whiteSpace=wrap;connectable=0;strokeColor=inherit;overflow=hidden;fillColor=none;top=0;left=0;bottom=0;right=0;pointerEvents=1;align=left;" value="Telefóno: &lt;b style=&quot;&quot;&gt;dni_técnico&lt;/b&gt;, teléfono, &lt;b&gt;cod_teléfono&lt;/b&gt;" vertex="1">
+           <mxGeometry height="40" width="479" y="210" as="geometry" />
+         </mxCell>
+         <mxCell id="ueE01yVk29oMdbMIV5Yc-27" parent="ueE01yVk29oMdbMIV5Yc-26" style="shape=partialRectangle;html=1;whiteSpace=wrap;connectable=0;strokeColor=inherit;overflow=hidden;fillColor=none;top=0;left=0;bottom=0;right=0;pointerEvents=1;align=left;" value="Telefóno: &lt;b style=&quot;&quot;&gt;CUIT_cliente&lt;/b&gt;, teléfono, &lt;b&gt;cod_teléfono&lt;/b&gt;" vertex="1">
          <mxGeometry height="40" width="479" as="geometry">
            <mxRectangle height="40" width="479" as="alternateBounds" />
          </mxGeometry>
        </mxCell>
-         <mxCell id="ueE01yVk29oMdbMIV5Yc-29" parent="ueE01yVk29oMdbMIV5Yc-12" style="shape=tableRow;horizontal=0;startSize=0;swimlaneHead=0;swimlaneBody=0;strokeColor=inherit;top=0;left=0;bottom=0;right=0;collapsible=0;dropTarget=0;fillColor=none;points=[[0,0.5],[1,0.5]];portConstraint=eastwest;fixedHeader=1;" vertex="1">
-           <mxGeometry height="40" width="479" y="220" as="geometry" />
-         </mxCell>
-         <mxCell id="ueE01yVk29oMdbMIV5Yc-30" parent="ueE01yVk29oMdbMIV5Yc-29" style="shape=partialRectangle;html=1;whiteSpace=wrap;connectable=0;strokeColor=inherit;overflow=hidden;fillColor=none;top=0;left=0;bottom=0;right=0;pointerEvents=1;align=left;" value="Turno: &lt;b&gt;num_máquina&lt;/b&gt;, turno, cod_turno, &lt;b&gt;dni_técnico&lt;/b&gt;" vertex="1">
-           <mxGeometry height="40" width="479" as="geometry">
-             <mxRectangle height="40" width="479" as="alternateBounds" />
-           </mxGeometry>
-         </mxCell>
        <mxCell id="ueE01yVk29oMdbMIV5Yc-25" parent="1" style="ellipse;whiteSpace=wrap;html=1;align=center;fontStyle=4;" value="CUIT" vertex="1">
          <mxGeometry height="24" width="60" x="-810" y="141" as="geometry" />
        </mxCell>
        <mxCell id="aBGAuLwUvEidJyp7IOy3-1" parent="1" style="ellipse;whiteSpace=wrap;html=1;align=center;" value="dirección" vertex="1">
          <mxGeometry height="30" width="70" x="-880" y="160" as="geometry" />
        </mxCell>
        <mxCell id="aBGAuLwUvEidJyp7IOy3-2" parent="1" style="ellipse;whiteSpace=wrap;html=1;align=center;" value="comuna" vertex="1">
          <mxGeometry height="30" width="70" x="-1010" y="195" as="geometry" />
        </mxCell>
        <mxCell id="aBGAuLwUvEidJyp7IOy3-3" parent="1" style="ellipse;whiteSpace=wrap;html=1;align=center;" value="calle" vertex="1">
          <mxGeometry height="30" width="70" x="-1030" y="160" as="geometry" />
        </mxCell>
        <mxCell id="aBGAuLwUvEidJyp7IOy3-4" parent="1" style="ellipse;whiteSpace=wrap;html=1;align=center;" value="número" vertex="1">
          <mxGeometry height="30" width="70" x="-1029" y="120" as="geometry" />
        </mxCell>
        <mxCell id="aBGAuLwUvEidJyp7IOy3-5" parent="1" style="ellipse;whiteSpace=wrap;html=1;align=center;" value="ciudad" vertex="1">
          <mxGeometry height="30" width="70" x="-994" y="90" as="geometry" />
        </mxCell>
        <mxCell id="aBGAuLwUvEidJyp7IOy3-6" parent="1" style="ellipse;whiteSpace=wrap;html=1;align=center;" value="teléfono" vertex="1">
          <mxGeometry height="30" width="70" x="-750" y="160" as="geometry" />
        </mxCell>
        <mxCell id="aBGAuLwUvEidJyp7IOy3-7" parent="1" style="ellipse;whiteSpace=wrap;html=1;align=center;" value="website" vertex="1">
          <mxGeometry height="30" width="70" x="-730" y="203" as="geometry" />
        </mxCell>
        <mxCell id="aBGAuLwUvEidJyp7IOy3-10" edge="1" parent="1" source="__fQeJzKLpHXALts6HS9-2" style="endArrow=none;html=1;rounded=0;exitX=0.5;exitY=0;exitDx=0;exitDy=0;entryX=0;entryY=0.5;entryDx=0;entryDy=0;" target="aBGAuLwUvEidJyp7IOy3-7" value="">
          <mxGeometry relative="1" as="geometry">
            <mxPoint x="-180" y="-10" as="sourcePoint" />
            <mxPoint x="-140" y="34" as="targetPoint" />
          </mxGeometry>
        </mxCell>
        <mxCell id="aBGAuLwUvEidJyp7IOy3-11" edge="1" parent="1" source="__fQeJzKLpHXALts6HS9-2" style="endArrow=none;html=1;rounded=0;exitX=0.5;exitY=0;exitDx=0;exitDy=0;entryX=0;entryY=1;entryDx=0;entryDy=0;" target="aBGAuLwUvEidJyp7IOy3-6" value="">
          <mxGeometry relative="1" as="geometry">
            <mxPoint x="-270" as="sourcePoint" />
            <mxPoint x="-230" y="44" as="targetPoint" />
          </mxGeometry>
        </mxCell>
        <mxCell id="aBGAuLwUvEidJyp7IOy3-12" edge="1" parent="1" source="aBGAuLwUvEidJyp7IOy3-5" style="endArrow=none;html=1;rounded=0;exitX=1;exitY=1;exitDx=0;exitDy=0;entryX=0;entryY=0.5;entryDx=0;entryDy=0;" target="aBGAuLwUvEidJyp7IOy3-1" value="">
          <mxGeometry relative="1" as="geometry">
            <mxPoint x="-670" y="10" as="sourcePoint" />
            <mxPoint x="-630" y="54" as="targetPoint" />
          </mxGeometry>
        </mxCell>
        <mxCell id="aBGAuLwUvEidJyp7IOy3-14" edge="1" parent="1" source="aBGAuLwUvEidJyp7IOy3-1" style="endArrow=none;html=1;rounded=0;exitX=0;exitY=0.5;exitDx=0;exitDy=0;entryX=1;entryY=0.5;entryDx=0;entryDy=0;" target="aBGAuLwUvEidJyp7IOy3-4" value="">
          <mxGeometry relative="1" as="geometry">
            <mxPoint x="-740" y="120" as="sourcePoint" />
            <mxPoint x="-700" y="164" as="targetPoint" />
          </mxGeometry>
        </mxCell>
        <mxCell id="aBGAuLwUvEidJyp7IOy3-15" edge="1" parent="1" source="aBGAuLwUvEidJyp7IOy3-3" style="endArrow=none;html=1;rounded=0;exitX=1;exitY=0.5;exitDx=0;exitDy=0;entryX=0;entryY=0.5;entryDx=0;entryDy=0;" target="aBGAuLwUvEidJyp7IOy3-1" value="">
          <mxGeometry relative="1" as="geometry">
            <mxPoint x="-840" y="120" as="sourcePoint" />
            <mxPoint x="-900" y="190" as="targetPoint" />
          </mxGeometry>
        </mxCell>
        <mxCell id="aBGAuLwUvEidJyp7IOy3-16" edge="1" parent="1" source="aBGAuLwUvEidJyp7IOy3-2" style="endArrow=none;html=1;rounded=0;exitX=1;exitY=0.5;exitDx=0;exitDy=0;entryX=0;entryY=0.5;entryDx=0;entryDy=0;" target="aBGAuLwUvEidJyp7IOy3-1" value="">
          <mxGeometry relative="1" as="geometry">
            <mxPoint x="-940" y="380" as="sourcePoint" />
            <mxPoint x="-900" y="424" as="targetPoint" />
          </mxGeometry>
        </mxCell>
        <mxCell id="aBGAuLwUvEidJyp7IOy3-17" parent="1" style="ellipse;whiteSpace=wrap;html=1;align=center;" value="nombre" vertex="1">
          <mxGeometry height="30" width="70" x="10" y="-89.5" as="geometry" />
        </mxCell>
        <mxCell id="aBGAuLwUvEidJyp7IOy3-18" edge="1" parent="1" source="aBGAuLwUvEidJyp7IOy3-17" style="endArrow=none;html=1;rounded=0;exitX=1;exitY=1;exitDx=0;exitDy=0;entryX=0.5;entryY=0;entryDx=0;entryDy=0;" target="__fQeJzKLpHXALts6HS9-7" value="">
          <mxGeometry relative="1" as="geometry">
            <mxPoint x="55" y="-20" as="sourcePoint" />
            <mxPoint x="165" y="-40" as="targetPoint" />
          </mxGeometry>
        </mxCell>
        <mxCell id="aBGAuLwUvEidJyp7IOy3-19" edge="1" parent="1" source="aBGAuLwUvEidJyp7IOy3-22" style="endArrow=none;html=1;rounded=0;exitX=1;exitY=1;exitDx=0;exitDy=0;entryX=0.5;entryY=0;entryDx=0;entryDy=0;" target="__fQeJzKLpHXALts6HS9-7" value="">
          <mxGeometry relative="1" as="geometry">
            <mxPoint x="164.99999999999977" y="-99.99999999999977" as="sourcePoint" />
            <mxPoint x="165" y="-40" as="targetPoint" />
          </mxGeometry>
        </mxCell>
        <mxCell id="aBGAuLwUvEidJyp7IOy3-20" edge="1" parent="1" source="aBGAuLwUvEidJyp7IOy3-21" style="endArrow=none;html=1;rounded=0;entryX=0.5;entryY=0;entryDx=0;entryDy=0;exitX=0;exitY=1;exitDx=0;exitDy=0;" target="__fQeJzKLpHXALts6HS9-7" value="">
          <mxGeometry relative="1" as="geometry">
            <mxPoint x="205" y="-94" as="sourcePoint" />
            <mxPoint x="165" y="-40" as="targetPoint" />
          </mxGeometry>
        </mxCell>
        <mxCell id="aBGAuLwUvEidJyp7IOy3-21" parent="1" style="ellipse;whiteSpace=wrap;html=1;align=center;fontStyle=4;" value="CUIT" vertex="1">
          <mxGeometry height="24" width="60" x="130" y="-126" as="geometry" />
        </mxCell>
        <mxCell id="aBGAuLwUvEidJyp7IOy3-22" parent="1" style="ellipse;whiteSpace=wrap;html=1;align=center;" value="dirección" vertex="1">
          <mxGeometry height="30" width="70" x="30" y="-129" as="geometry" />
        </mxCell>
        <mxCell id="aBGAuLwUvEidJyp7IOy3-26" edge="1" parent="1" source="__fQeJzKLpHXALts6HS9-7" style="endArrow=none;html=1;rounded=0;exitX=0.5;exitY=0;exitDx=0;exitDy=0;entryX=0;entryY=1;entryDx=0;entryDy=0;" target="aBGAuLwUvEidJyp7IOy3-27" value="">
          <mxGeometry relative="1" as="geometry">
            <mxPoint x="165" y="-40" as="sourcePoint" />
            <mxPoint x="205.251262658438" y="-84.39339828218772" as="targetPoint" />
          </mxGeometry>
        </mxCell>
        <mxCell id="aBGAuLwUvEidJyp7IOy3-27" parent="1" style="ellipse;shape=doubleEllipse;margin=3;whiteSpace=wrap;html=1;align=center;" value="teléfono" vertex="1">
          <mxGeometry height="31" width="80" x="145" y="-89.5" as="geometry" />
        </mxCell>
        <mxCell id="aBGAuLwUvEidJyp7IOy3-30" parent="1" style="ellipse;whiteSpace=wrap;html=1;align=center;" value="comuna" vertex="1">
          <mxGeometry height="30" width="70" x="-40" y="-170" as="geometry" />
        </mxCell>
        <mxCell id="aBGAuLwUvEidJyp7IOy3-31" parent="1" style="ellipse;whiteSpace=wrap;html=1;align=center;" value="calle" vertex="1">
          <mxGeometry height="30" width="70" x="-10" y="-200" as="geometry" />
        </mxCell>
        <mxCell id="aBGAuLwUvEidJyp7IOy3-32" parent="1" style="ellipse;whiteSpace=wrap;html=1;align=center;" value="número" vertex="1">
          <mxGeometry height="30" width="70" x="70" y="-200" as="geometry" />
        </mxCell>
        <mxCell id="aBGAuLwUvEidJyp7IOy3-33" parent="1" style="ellipse;whiteSpace=wrap;html=1;align=center;" value="ciudad" vertex="1">
          <mxGeometry height="30" width="70" x="90" y="-170" as="geometry" />
        </mxCell>
        <mxCell id="aBGAuLwUvEidJyp7IOy3-34" edge="1" parent="1" source="aBGAuLwUvEidJyp7IOy3-33" style="endArrow=none;html=1;rounded=0;exitX=0;exitY=1;exitDx=0;exitDy=0;entryX=0.5;entryY=0;entryDx=0;entryDy=0;" target="aBGAuLwUvEidJyp7IOy3-22" value="">
          <mxGeometry relative="1" as="geometry">
            <mxPoint x="245" y="-375" as="sourcePoint" />
            <mxPoint x="35" y="-210" as="targetPoint" />
          </mxGeometry>
        </mxCell>
        <mxCell id="aBGAuLwUvEidJyp7IOy3-35" edge="1" parent="1" source="aBGAuLwUvEidJyp7IOy3-22" style="endArrow=none;html=1;rounded=0;exitX=0.5;exitY=0;exitDx=0;exitDy=0;entryX=0;entryY=1;entryDx=0;entryDy=0;" target="aBGAuLwUvEidJyp7IOy3-32" value="">
          <mxGeometry relative="1" as="geometry">
            <mxPoint x="35" y="-210" as="sourcePoint" />
            <mxPoint x="215" y="-221" as="targetPoint" />
          </mxGeometry>
        </mxCell>
        <mxCell id="aBGAuLwUvEidJyp7IOy3-36" edge="1" parent="1" source="aBGAuLwUvEidJyp7IOy3-31" style="endArrow=none;html=1;rounded=0;entryX=0.5;entryY=0;entryDx=0;entryDy=0;exitX=1;exitY=1;exitDx=0;exitDy=0;" target="aBGAuLwUvEidJyp7IOy3-22" value="">
          <mxGeometry relative="1" as="geometry">
            <mxPoint y="-195" as="sourcePoint" />
            <mxPoint x="35" y="-210" as="targetPoint" />
          </mxGeometry>
        </mxCell>
        <mxCell id="aBGAuLwUvEidJyp7IOy3-37" edge="1" parent="1" source="aBGAuLwUvEidJyp7IOy3-30" style="endArrow=none;html=1;rounded=0;exitX=1;exitY=1;exitDx=0;exitDy=0;entryX=0.5;entryY=0;entryDx=0;entryDy=0;" target="aBGAuLwUvEidJyp7IOy3-22" value="">
          <mxGeometry relative="1" as="geometry">
            <mxPoint x="-25" y="-5" as="sourcePoint" />
            <mxPoint x="35" y="-210" as="targetPoint" />
          </mxGeometry>
        </mxCell>
        <mxCell id="aBGAuLwUvEidJyp7IOy3-38" parent="1" style="ellipse;whiteSpace=wrap;html=1;align=center;" value="descripción" vertex="1">
          <mxGeometry height="22" width="80" x="195" y="329" as="geometry" />
        </mxCell>
-         <mxCell id="aBGAuLwUvEidJyp7IOy3-40" parent="1" style="ellipse;whiteSpace=wrap;html=1;align=center;" value="nro_factura" vertex="1">
-           <mxGeometry height="30" width="80" x="-450" y="-135" as="geometry" />
-         </mxCell>
        <mxCell id="aBGAuLwUvEidJyp7IOy3-41" parent="1" style="ellipse;whiteSpace=wrap;html=1;align=center;" value="fecha" vertex="1">
          <mxGeometry height="30" width="80" x="-315" y="-97" as="geometry" />
        </mxCell>
        <mxCell id="aBGAuLwUvEidJyp7IOy3-43" parent="1" style="ellipse;whiteSpace=wrap;html=1;align=center;" value="descuento" vertex="1">
          <mxGeometry height="30" width="80" x="-350" y="-135" as="geometry" />
        </mxCell>
        <mxCell id="aBGAuLwUvEidJyp7IOy3-44" parent="1" style="ellipse;whiteSpace=wrap;html=1;align=center;" value="monto_final" vertex="1">
          <mxGeometry height="30" width="80" x="-505" y="-94" as="geometry" />
        </mxCell>
        <mxCell id="aBGAuLwUvEidJyp7IOy3-45" parent="1" style="ellipse;whiteSpace=wrap;html=1;align=center;" value="cantidad" vertex="1">
          <mxGeometry height="30" width="80" x="-550" y="101" as="geometry" />
        </mxCell>
        <mxCell id="aBGAuLwUvEidJyp7IOy3-47" parent="1" style="ellipse;whiteSpace=wrap;html=1;align=center;" value="stock" vertex="1">
          <mxGeometry height="30" width="80" x="-320" y="340" as="geometry" />
        </mxCell>
        <mxCell id="aBGAuLwUvEidJyp7IOy3-48" edge="1" parent="1" source="__fQeJzKLpHXALts6HS9-11" style="endArrow=none;html=1;rounded=0;exitX=0.5;exitY=1;exitDx=0;exitDy=0;entryX=0;entryY=0;entryDx=0;entryDy=0;" target="aBGAuLwUvEidJyp7IOy3-47" value="">
          <mxGeometry relative="1" as="geometry">
            <mxPoint x="-180" y="410" as="sourcePoint" />
            <mxPoint x="-130" y="465" as="targetPoint" />
          </mxGeometry>
        </mxCell>
        <mxCell id="aBGAuLwUvEidJyp7IOy3-49" parent="1" style="rounded=1;arcSize=10;whiteSpace=wrap;html=1;align=center;" value="Venta" vertex="1">
          <mxGeometry height="40" width="100" x="-420" y="-30" as="geometry" />
        </mxCell>
        <mxCell id="aBGAuLwUvEidJyp7IOy3-52" edge="1" parent="1" source="aBGAuLwUvEidJyp7IOy3-44" style="endArrow=none;html=1;rounded=0;exitX=1;exitY=1;exitDx=0;exitDy=0;entryX=0.5;entryY=0;entryDx=0;entryDy=0;" target="aBGAuLwUvEidJyp7IOy3-49" value="">
          <mxGeometry relative="1" as="geometry">
            <mxPoint x="-250" y="60" as="sourcePoint" />
            <mxPoint x="-200" y="84" as="targetPoint" />
          </mxGeometry>
        </mxCell>
        <mxCell id="aBGAuLwUvEidJyp7IOy3-53" edge="1" parent="1" source="aBGAuLwUvEidJyp7IOy3-45" style="endArrow=none;html=1;rounded=0;exitX=1;exitY=0.5;exitDx=0;exitDy=0;entryX=0;entryY=0.5;entryDx=0;entryDy=0;" target="__fQeJzKLpHXALts6HS9-28" value="">
          <mxGeometry relative="1" as="geometry">
            <mxPoint x="-380" y="-50" as="sourcePoint" />
            <mxPoint x="-330" y="-26" as="targetPoint" />
          </mxGeometry>
        </mxCell>
        <mxCell id="aBGAuLwUvEidJyp7IOy3-54" edge="1" parent="1" source="aBGAuLwUvEidJyp7IOy3-43" style="endArrow=none;html=1;rounded=0;exitX=0;exitY=1;exitDx=0;exitDy=0;entryX=0.5;entryY=0;entryDx=0;entryDy=0;" target="aBGAuLwUvEidJyp7IOy3-49" value="">
          <mxGeometry relative="1" as="geometry">
            <mxPoint x="-350" y="-70" as="sourcePoint" />
            <mxPoint x="-300" y="-46" as="targetPoint" />
          </mxGeometry>
        </mxCell>
        <mxCell id="aBGAuLwUvEidJyp7IOy3-55" edge="1" parent="1" source="aBGAuLwUvEidJyp7IOy3-49" style="endArrow=none;html=1;rounded=0;exitX=0.5;exitY=0;exitDx=0;exitDy=0;entryX=0;entryY=1;entryDx=0;entryDy=0;" target="aBGAuLwUvEidJyp7IOy3-41" value="">
          <mxGeometry relative="1" as="geometry">
            <mxPoint x="-340" y="-50" as="sourcePoint" />
            <mxPoint x="-290" y="-26" as="targetPoint" />
          </mxGeometry>
        </mxCell>
-         <mxCell id="aBGAuLwUvEidJyp7IOy3-56" edge="1" parent="1" source="aBGAuLwUvEidJyp7IOy3-40" style="endArrow=none;html=1;rounded=0;exitX=0.5;exitY=1;exitDx=0;exitDy=0;entryX=0.5;entryY=0;entryDx=0;entryDy=0;" target="aBGAuLwUvEidJyp7IOy3-49" value="">
-           <mxGeometry relative="1" as="geometry">
-             <mxPoint x="-250" y="10" as="sourcePoint" />
+         <mxCell id="aBGAuLwUvEidJyp7IOy3-56" edge="1" parent="1" source="3osZsQ2Fq6k2BvSbL6Ga-3" style="endArrow=none;html=1;rounded=0;exitX=1;exitY=1;exitDx=0;exitDy=0;entryX=0.5;entryY=0;entryDx=0;entryDy=0;" target="aBGAuLwUvEidJyp7IOy3-49" value="">
+           <mxGeometry relative="1" as="geometry">
+             <mxPoint x="-410" y="-105" as="sourcePoint" />
            <mxPoint x="-200" y="34" as="targetPoint" />
          </mxGeometry>
        </mxCell>
        <mxCell id="aBGAuLwUvEidJyp7IOy3-58" parent="1" style="ellipse;whiteSpace=wrap;html=1;align=center;" value="monto_total" vertex="1">
          <mxGeometry height="30" width="80" x="-550" y="160" as="geometry" />
        </mxCell>
        <mxCell id="aBGAuLwUvEidJyp7IOy3-60" edge="1" parent="1" source="aBGAuLwUvEidJyp7IOy3-58" style="endArrow=none;html=1;rounded=0;exitX=1;exitY=0.5;exitDx=0;exitDy=0;entryX=0;entryY=0.5;entryDx=0;entryDy=0;" target="__fQeJzKLpHXALts6HS9-28" value="">
          <mxGeometry relative="1" as="geometry">
            <mxPoint x="-430" y="200" as="sourcePoint" />
            <mxPoint x="-368" y="226" as="targetPoint" />
          </mxGeometry>
        </mxCell>
        <mxCell id="aBGAuLwUvEidJyp7IOy3-61" parent="1" style="shape=rhombus;perimeter=rhombusPerimeter;whiteSpace=wrap;html=1;align=center;" value="participa" vertex="1">
          <mxGeometry height="40" width="100" x="-170" y="-30" as="geometry" />
        </mxCell>
        <mxCell id="aBGAuLwUvEidJyp7IOy3-62" edge="1" parent="1" source="aBGAuLwUvEidJyp7IOy3-61" style="endArrow=none;html=1;rounded=0;exitX=0;exitY=0.5;exitDx=0;exitDy=0;entryX=1;entryY=0.5;entryDx=0;entryDy=0;" target="aBGAuLwUvEidJyp7IOy3-49" value="">
          <mxGeometry relative="1" as="geometry">
            <mxPoint x="-110" y="243" as="sourcePoint" />
            <mxPoint x="-110" y="120" as="targetPoint" />
          </mxGeometry>
        </mxCell>
        <mxCell id="aBGAuLwUvEidJyp7IOy3-63" connectable="0" parent="aBGAuLwUvEidJyp7IOy3-62" style="resizable=0;html=1;whiteSpace=wrap;align=right;verticalAlign=bottom;" value="N" vertex="1">
          <mxGeometry relative="1" x="1" as="geometry">
            <mxPoint x="10" y="20" as="offset" />
          </mxGeometry>
        </mxCell>
        <mxCell id="aBGAuLwUvEidJyp7IOy3-64" edge="1" parent="1" source="aBGAuLwUvEidJyp7IOy3-61" style="endArrow=none;html=1;rounded=0;exitX=1;exitY=0.5;exitDx=0;exitDy=0;entryX=0;entryY=0.5;entryDx=0;entryDy=0;" target="__fQeJzKLpHXALts6HS9-7" value="">
          <mxGeometry relative="1" as="geometry">
            <mxPoint x="-60" y="203" as="sourcePoint" />
            <mxPoint x="-60" y="80" as="targetPoint" />
          </mxGeometry>
        </mxCell>
        <mxCell id="aBGAuLwUvEidJyp7IOy3-65" connectable="0" parent="aBGAuLwUvEidJyp7IOy3-64" style="resizable=0;html=1;whiteSpace=wrap;align=right;verticalAlign=bottom;" value="1" vertex="1">
          <mxGeometry relative="1" x="1" as="geometry">
            <mxPoint y="20" as="offset" />
          </mxGeometry>
+         </mxCell>
+         <mxCell id="3osZsQ2Fq6k2BvSbL6Ga-3" parent="1" style="ellipse;whiteSpace=wrap;html=1;align=center;fontStyle=4;" value="nro_factura" vertex="1">
+           <mxGeometry height="30" width="80" x="-470" y="-135" as="geometry" />
        </mxCell>
      </root>
    </mxGraphModel>
  </diagram>
</mxfile>
